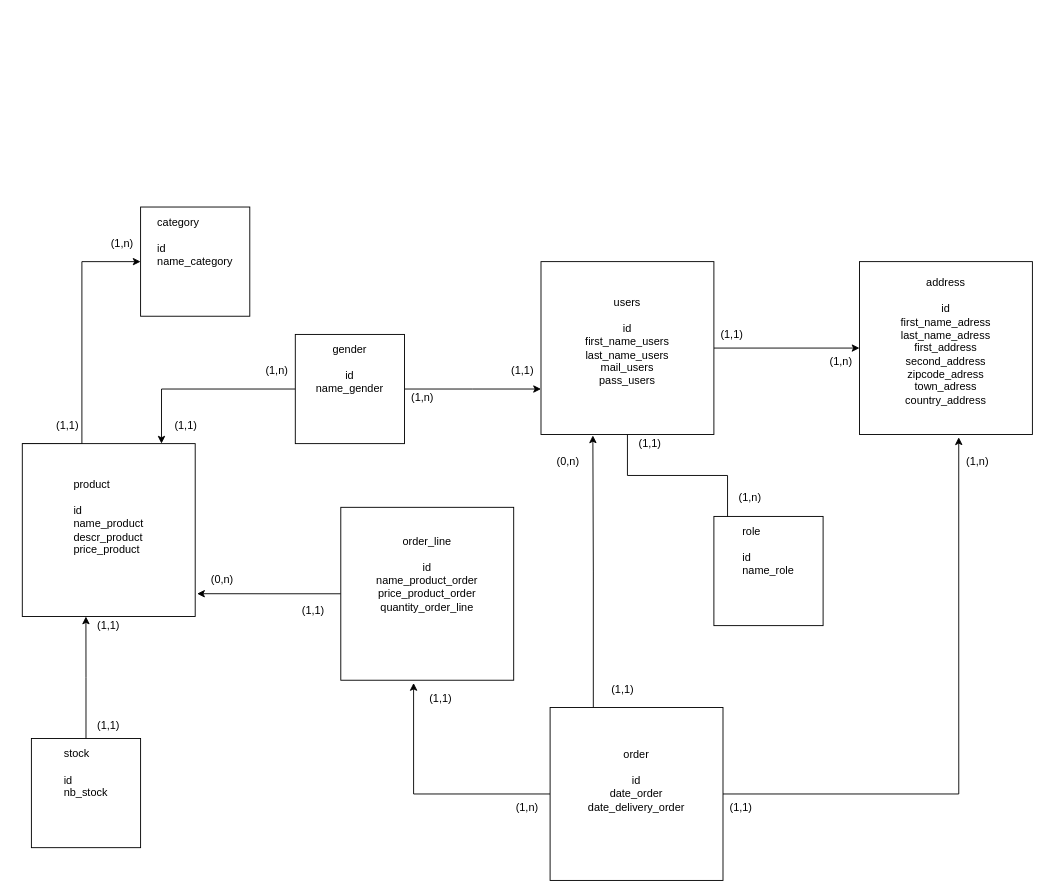
Before: siteGr6/Untitled Diagram.drawio in AudreyBclz/Groupe6, a draw.io diagram. Source tidied: cells renumbered, new cells numbered last; positions are measured from the earlier drawing's top-left corner, leaving out a move shared by most shapes. Both pictures are drawn from the tidied source at 91%, with x=0, y=0 at pixel (22, 207).
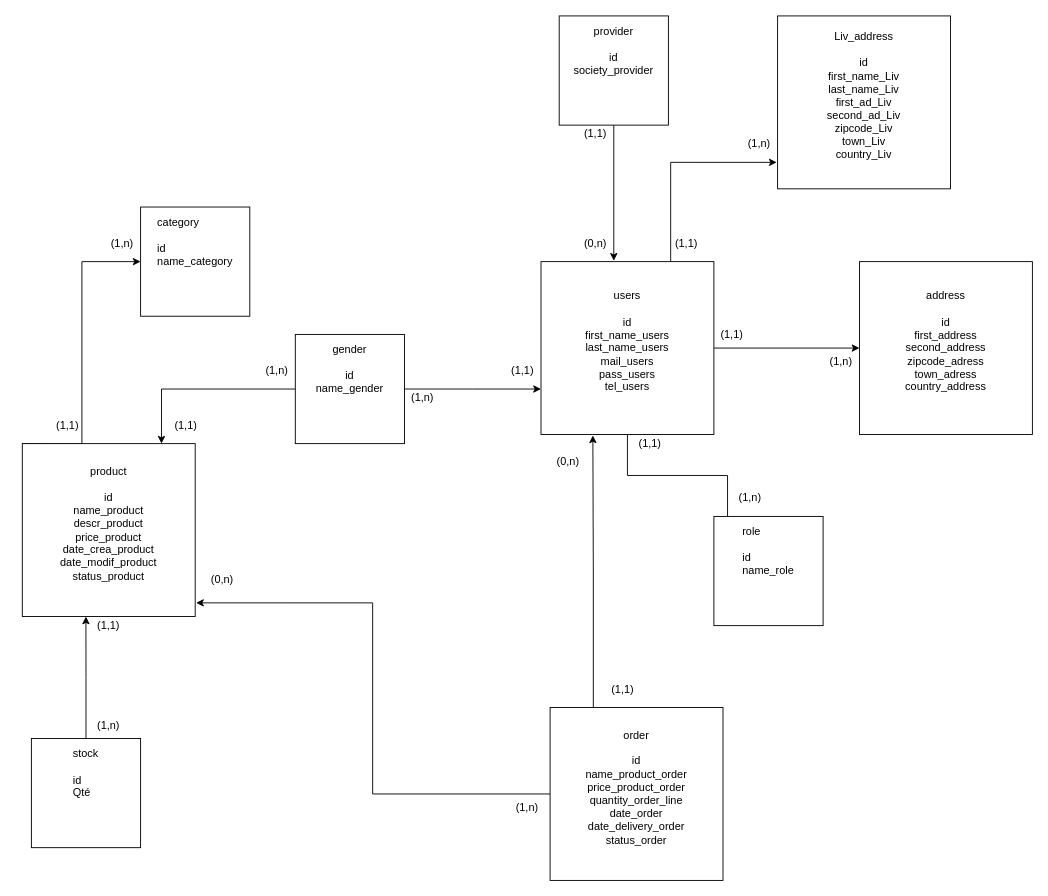
Above is the later version.

Change to the diagram source:
```diff
@@
+    <mxCell id="41" style="edgeStyle=orthogonalEdgeStyle;rounded=0;jettySize=auto;html=1;exitX=0.75;exitY=0;exitDx=0;exitDy=0;entryX=-0.005;entryY=0.847;entryDx=0;entryDy=0;entryPerimeter=0;" parent="1" edge="1" source="5" target="46">
+      <mxGeometry relative="1" as="geometry" />
+    </mxCell>
-    <mxCell id="5" value="&lt;div&gt;users&lt;/div&gt;&lt;div&gt;&lt;br&gt;&lt;/div&gt;&lt;div&gt;id&lt;/div&gt;&lt;div&gt;first_name_users&lt;/div&gt;&lt;div&gt;last_name_users&lt;/div&gt;&lt;div&gt;mail_users&lt;/div&gt;&lt;div&gt;pass_users&lt;br&gt;&lt;/div&gt;&lt;div&gt;&lt;br&gt;&lt;/div&gt;" style="whiteSpace=wrap;html=1;" parent="1" vertex="1">
+    <mxCell id="5" value="&lt;div&gt;users&lt;/div&gt;&lt;div&gt;&lt;br&gt;&lt;/div&gt;&lt;div&gt;id&lt;/div&gt;&lt;div&gt;first_name_users&lt;/div&gt;&lt;div&gt;last_name_users&lt;/div&gt;&lt;div&gt;mail_users&lt;/div&gt;&lt;div&gt;pass_users&lt;/div&gt;&lt;div&gt;tel_users&lt;br&gt;&lt;/div&gt;&lt;div&gt;&lt;br&gt;&lt;/div&gt;" style="whiteSpace=wrap;html=1;" parent="1" vertex="1">
       <mxGeometry x="570" y="60" width="190" height="190" as="geometry" />
     </mxCell>
@@
-    <mxCell id="7" value="&lt;div align=&quot;left&quot;&gt;product&lt;br&gt;&lt;/div&gt;&lt;div align=&quot;left&quot;&gt;&lt;br&gt;&lt;/div&gt;&lt;div align=&quot;left&quot;&gt;id&lt;br&gt;&lt;/div&gt;&lt;div align=&quot;left&quot;&gt;name_product&lt;/div&gt;&lt;div align=&quot;left&quot;&gt;descr_product&lt;/div&gt;&lt;div align=&quot;left&quot;&gt;price_product&lt;/div&gt;&lt;div align=&quot;left&quot;&gt;&lt;br&gt;&lt;/div&gt;&lt;div align=&quot;left&quot;&gt;&lt;br&gt;&lt;/div&gt;" style="whiteSpace=wrap;html=1;" parent="1" vertex="1">
+    <mxCell id="7" value="&lt;div align=&quot;center&quot;&gt;product&lt;br&gt;&lt;/div&gt;&lt;div align=&quot;center&quot;&gt;&lt;br&gt;&lt;/div&gt;&lt;div align=&quot;center&quot;&gt;id&lt;br&gt;&lt;/div&gt;&lt;div align=&quot;center&quot;&gt;name_product&lt;/div&gt;&lt;div align=&quot;center&quot;&gt;descr_product&lt;/div&gt;&lt;div align=&quot;center&quot;&gt;price_product&lt;/div&gt;&lt;div align=&quot;center&quot;&gt;date_crea_product&lt;/div&gt;&lt;div align=&quot;center&quot;&gt;date_modif_product&lt;br&gt;&lt;/div&gt;&lt;div align=&quot;center&quot;&gt;status_product&lt;br&gt;&lt;/div&gt;&lt;div align=&quot;center&quot;&gt;&lt;br&gt;&lt;/div&gt;" style="whiteSpace=wrap;html=1;align=center;" parent="1" vertex="1">
       <mxGeometry y="260" width="190" height="190" as="geometry" />
     </mxCell>
@@
-    <mxCell id="9" value="&lt;div align=&quot;left&quot;&gt;stock&lt;br&gt;&lt;/div&gt;&lt;div align=&quot;left&quot;&gt;&lt;br&gt;&lt;/div&gt;&lt;div align=&quot;left&quot;&gt;id&lt;br&gt;&lt;/div&gt;&lt;div align=&quot;left&quot;&gt;nb_stock&lt;br&gt;&lt;/div&gt;&lt;br&gt;&lt;div align=&quot;left&quot;&gt;&lt;br&gt;&lt;/div&gt;&lt;div align=&quot;left&quot;&gt;&lt;br&gt;&lt;/div&gt;" style="whiteSpace=wrap;html=1;" parent="1" vertex="1">
+    <mxCell id="9" value="&lt;div align=&quot;left&quot;&gt;stock&lt;br&gt;&lt;/div&gt;&lt;div align=&quot;left&quot;&gt;&lt;br&gt;&lt;/div&gt;&lt;div align=&quot;left&quot;&gt;id&lt;br&gt;&lt;/div&gt;&lt;div align=&quot;left&quot;&gt;Qté&lt;br&gt;&lt;/div&gt;&lt;br&gt;&lt;div align=&quot;left&quot;&gt;&lt;br&gt;&lt;/div&gt;&lt;div align=&quot;left&quot;&gt;&lt;br&gt;&lt;/div&gt;" style="whiteSpace=wrap;html=1;" parent="1" vertex="1">
       <mxGeometry x="10" y="584" width="120" height="120" as="geometry" />
     </mxCell>
-    <mxCell id="10" value="&lt;div&gt;address&lt;br&gt;&lt;/div&gt;&lt;div&gt;&lt;br&gt;&lt;/div&gt;&lt;div&gt;id&lt;/div&gt;&lt;div&gt;first_name_adress&lt;/div&gt;&lt;div&gt;last_name_adress&lt;br&gt;&lt;/div&gt;&lt;div&gt;first_address&lt;br&gt;&lt;/div&gt;&lt;div&gt;second_address&lt;br&gt;&lt;/div&gt;&lt;div&gt;zipcode_adress&lt;br&gt;&lt;/div&gt;&lt;div&gt;town_adress&lt;br&gt;&lt;/div&gt;&lt;div&gt;country_address&lt;br&gt;&lt;/div&gt;&lt;div&gt;&lt;br&gt;&lt;/div&gt;" style="whiteSpace=wrap;html=1;" parent="1" vertex="1">
+    <mxCell id="10" value="&lt;div&gt;address&lt;br&gt;&lt;/div&gt;&lt;div&gt;&lt;br&gt;&lt;/div&gt;&lt;div&gt;id&lt;/div&gt;&lt;div&gt;first_address&lt;br&gt;&lt;/div&gt;&lt;div&gt;second_address&lt;br&gt;&lt;/div&gt;&lt;div&gt;zipcode_adress&lt;br&gt;&lt;/div&gt;&lt;div&gt;town_adress&lt;br&gt;&lt;/div&gt;&lt;div&gt;country_address&lt;br&gt;&lt;/div&gt;&lt;div&gt;&lt;br&gt;&lt;/div&gt;" style="whiteSpace=wrap;html=1;" parent="1" vertex="1">
       <mxGeometry x="920" y="60" width="190" height="190" as="geometry" />
     </mxCell>
@@
-    <mxCell id="12" style="edgeStyle=orthogonalEdgeStyle;rounded=0;jettySize=auto;html=1;entryX=0.421;entryY=1.016;entryDx=0;entryDy=0;entryPerimeter=0;" parent="1" edge="1" source="15" target="17">
+    <mxCell id="12" style="edgeStyle=orthogonalEdgeStyle;rounded=0;jettySize=auto;html=1;entryX=1.005;entryY=0.921;entryDx=0;entryDy=0;entryPerimeter=0;" parent="1" edge="1" source="15" target="7">
       <mxGeometry relative="1" as="geometry" />
     </mxCell>
@@
-    <mxCell id="14" style="edgeStyle=orthogonalEdgeStyle;rounded=0;jettySize=auto;html=1;entryX=0.574;entryY=1.016;entryDx=0;entryDy=0;entryPerimeter=0;" parent="1" edge="1" source="15" target="10">
-      <mxGeometry relative="1" as="geometry" />
-    </mxCell>
-    <mxCell id="15" value="&lt;div&gt;order&lt;/div&gt;&lt;div&gt;&lt;br&gt;&lt;/div&gt;&lt;div&gt;id&lt;/div&gt;&lt;div&gt;date_order&lt;br&gt;&lt;/div&gt;&lt;div&gt;date_delivery_order&lt;br&gt;&lt;/div&gt;&lt;div&gt;&lt;br&gt;&lt;/div&gt;&lt;div&gt;&lt;br&gt;&lt;/div&gt;" style="whiteSpace=wrap;html=1;" parent="1" vertex="1">
+    <mxCell id="15" value="&lt;div&gt;order&lt;/div&gt;&lt;div&gt;&lt;br&gt;&lt;/div&gt;&lt;div&gt;id&lt;/div&gt;&lt;div&gt;&lt;div&gt;name_product_order&lt;/div&gt;&lt;div&gt;price_product_order&lt;br&gt;&lt;/div&gt;quantity_order_line&lt;/div&gt;&lt;div&gt;&lt;div&gt;date_order&lt;br&gt;&lt;/div&gt;&lt;div&gt;date_delivery_order&lt;/div&gt;&lt;/div&gt;&lt;div&gt;status_order&lt;br&gt;&lt;/div&gt;&lt;div&gt;&lt;br&gt;&lt;/div&gt;" style="whiteSpace=wrap;html=1;" parent="1" vertex="1">
       <mxGeometry x="580" y="550" width="190" height="190" as="geometry" />
     </mxCell>
-    <mxCell id="16" style="edgeStyle=orthogonalEdgeStyle;rounded=0;jettySize=auto;html=1;entryX=1.011;entryY=0.868;entryDx=0;entryDy=0;entryPerimeter=0;" parent="1" edge="1" source="17" target="7">
-      <mxGeometry relative="1" as="geometry" />
-    </mxCell>
-    <mxCell id="17" value="&lt;div&gt;order_line&lt;/div&gt;&lt;div&gt;&lt;br&gt;&lt;/div&gt;&lt;div&gt;id&lt;/div&gt;&lt;div&gt;name_product_order&lt;/div&gt;&lt;div&gt;price_product_order&lt;br&gt;&lt;/div&gt;&lt;div&gt;quantity_order_line&lt;br&gt;&lt;/div&gt;&lt;div&gt;&lt;br&gt;&lt;/div&gt;&lt;div&gt;&lt;br&gt;&lt;/div&gt;&lt;div&gt;&lt;br&gt;&lt;/div&gt;" style="whiteSpace=wrap;html=1;" parent="1" vertex="1">
-      <mxGeometry x="350" y="330" width="190" height="190" as="geometry" />
-    </mxCell>
@@
-    <mxCell id="19" value="(1,1)" style="text;html=1;strokeColor=none;fillColor=none;align=center;verticalAlign=middle;whiteSpace=wrap;rounded=0;" parent="1" vertex="1">
+    <mxCell id="19" value="(1,n)" style="text;html=1;strokeColor=none;fillColor=none;align=center;verticalAlign=middle;whiteSpace=wrap;rounded=0;" parent="1" vertex="1">
       <mxGeometry x="75" y="560" width="40" height="20" as="geometry" />
     </mxCell>
@@
-    <mxCell id="26" value="(1,1)" style="text;html=1;strokeColor=none;fillColor=none;align=center;verticalAlign=middle;whiteSpace=wrap;rounded=0;" parent="1" vertex="1">
-      <mxGeometry x="300" y="434" width="40" height="20" as="geometry" />
-    </mxCell>
@@
-    <mxCell id="29" value="(1,1)" style="text;html=1;strokeColor=none;fillColor=none;align=center;verticalAlign=middle;whiteSpace=wrap;rounded=0;" parent="1" vertex="1">
-      <mxGeometry x="440" y="530" width="40" height="20" as="geometry" />
-    </mxCell>
@@
-    <mxCell id="32" value="(1,1)" style="text;html=1;strokeColor=none;fillColor=none;align=center;verticalAlign=middle;whiteSpace=wrap;rounded=0;" parent="1" vertex="1">
-      <mxGeometry x="770" y="650" width="40" height="20" as="geometry" />
-    </mxCell>
-    <mxCell id="33" value="(1,n)" style="text;html=1;strokeColor=none;fillColor=none;align=center;verticalAlign=middle;whiteSpace=wrap;rounded=0;" parent="1" vertex="1">
-      <mxGeometry x="1030" y="270" width="40" height="20" as="geometry" />
-    </mxCell>
@@
+    <mxCell id="42" style="edgeStyle=orthogonalEdgeStyle;rounded=0;jettySize=auto;html=1;entryX=0.421;entryY=-0.005;entryDx=0;entryDy=0;entryPerimeter=0;" parent="1" edge="1" source="43" target="5">
+      <mxGeometry relative="1" as="geometry" />
+    </mxCell>
+    <mxCell id="43" value="&lt;div align=&quot;center&quot;&gt;provider&lt;br&gt;&lt;/div&gt;&lt;div align=&quot;center&quot;&gt;&lt;br&gt;&lt;/div&gt;&lt;div align=&quot;center&quot;&gt;id&lt;br&gt;&lt;/div&gt;&lt;div align=&quot;center&quot;&gt;society_provider&lt;br&gt;&lt;/div&gt;&lt;br&gt;&lt;div align=&quot;left&quot;&gt;&lt;br&gt;&lt;/div&gt;&lt;div align=&quot;left&quot;&gt;&lt;br&gt;&lt;/div&gt;" style="whiteSpace=wrap;html=1;" parent="1" vertex="1">
+      <mxGeometry x="590" y="-210" width="120" height="120" as="geometry" />
+    </mxCell>
+    <mxCell id="44" value="(0,n)" style="text;html=1;strokeColor=none;fillColor=none;align=center;verticalAlign=middle;whiteSpace=wrap;rounded=0;" parent="1" vertex="1">
+      <mxGeometry x="610" y="30" width="40" height="20" as="geometry" />
+    </mxCell>
+    <mxCell id="45" value="(1,1)" style="text;html=1;strokeColor=none;fillColor=none;align=center;verticalAlign=middle;whiteSpace=wrap;rounded=0;" parent="1" vertex="1">
+      <mxGeometry x="610" y="-90" width="40" height="20" as="geometry" />
+    </mxCell>
+    <mxCell id="46" value="&lt;div&gt;Liv_address&lt;br&gt;&lt;/div&gt;&lt;div&gt;&lt;br&gt;&lt;/div&gt;&lt;div&gt;id&lt;/div&gt;&lt;div&gt;first_name_Liv&lt;/div&gt;&lt;div&gt;last_name_Liv&lt;br&gt;&lt;/div&gt;&lt;div&gt;first_ad_Liv&lt;br&gt;&lt;/div&gt;&lt;div&gt;second_ad_Liv&lt;br&gt;&lt;/div&gt;&lt;div&gt;zipcode_Liv&lt;br&gt;&lt;/div&gt;&lt;div&gt;town_Liv&lt;br&gt;&lt;/div&gt;&lt;div&gt;country_Liv&lt;br&gt;&lt;/div&gt;&lt;div&gt;&lt;br&gt;&lt;/div&gt;" style="whiteSpace=wrap;html=1;" parent="1" vertex="1">
+      <mxGeometry x="830" y="-210" width="190" height="190" as="geometry" />
+    </mxCell>
+    <mxCell id="47" value="(1,1)" style="text;html=1;strokeColor=none;fillColor=none;align=center;verticalAlign=middle;whiteSpace=wrap;rounded=0;" parent="1" vertex="1">
+      <mxGeometry x="710" y="30" width="40" height="20" as="geometry" />
+    </mxCell>
+    <mxCell id="33" value="(1,n)" style="text;html=1;strokeColor=none;fillColor=none;align=center;verticalAlign=middle;whiteSpace=wrap;rounded=0;" parent="1" vertex="1">
+      <mxGeometry x="790" y="-80" width="40" height="20" as="geometry" />
+    </mxCell>
```
